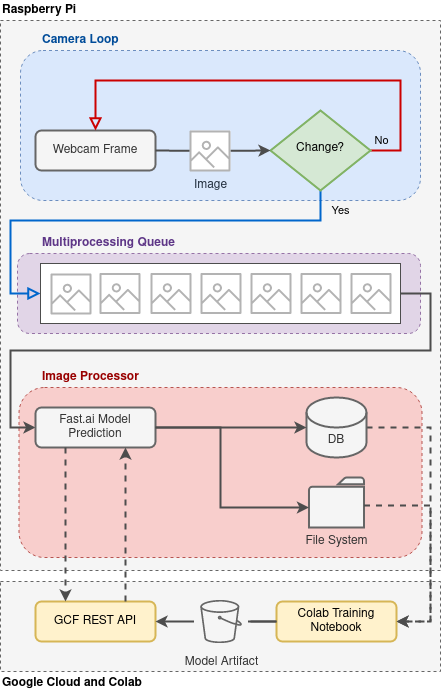
Before: imgs/readme/birbcam_architecture.png, a diagram exported from draw.io (evjrob/birbcam). Source tidied: cells renumbered, new cells last; positions are measured from the earlier drawing's top-left corner, leaving out a move shared by most shapes.
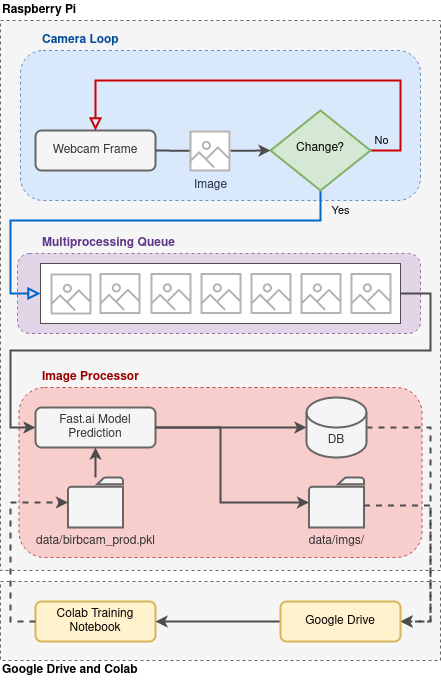
The same diagram one commit later.

Commit message:
Update README to reflect recent changes and make it easier for others to start using the Birb Cam

Change to the diagram source:
```diff
@@ -3,7 +3,7 @@
     <mxCell id="0" />
     <mxCell id="1" parent="0" />
     <mxCell id="2" style="rounded=0;whiteSpace=wrap;html=1;strokeColor=#666666;dashed=1;fontColor=#333333;fillColor=#f5f5f5;" parent="1" vertex="1">
-      <mxGeometry y="581" width="440" height="90" as="geometry" />
+      <mxGeometry y="581" width="440" height="79" as="geometry" />
     </mxCell>
     <mxCell id="3" style="rounded=0;whiteSpace=wrap;html=1;strokeColor=#666666;dashed=1;fontColor=#333333;fillColor=#f5f5f5;" parent="1" vertex="1">
       <mxGeometry y="20" width="440" height="550" as="geometry" />
@@ -69,22 +69,13 @@
         </Array>
       </mxGeometry>
     </mxCell>
-    <mxCell id="18" value="GCF REST API" style="rounded=1;whiteSpace=wrap;html=1;fontSize=12;glass=0;strokeWidth=2;shadow=0;strokeColor=#d6b656;fillColor=#fff2cc;" parent="1" vertex="1">
-      <mxGeometry x="35" y="601" width="120" height="40" as="geometry" />
-    </mxCell>
     <mxCell id="19" value="Fast.ai Model Prediction" style="rounded=1;whiteSpace=wrap;html=1;fontSize=12;glass=0;strokeWidth=2;shadow=0;strokeColor=#666666;fillColor=#f5f5f5;fontColor=#333333;" parent="1" vertex="1">
       <mxGeometry x="35" y="407" width="120" height="40" as="geometry" />
     </mxCell>
-    <mxCell id="20" style="endArrow=classic;html=1;strokeColor=#4D4D4D;strokeWidth=2;exitX=0.25;exitY=1;exitDx=0;exitDy=0;entryX=0.25;entryY=0;entryDx=0;entryDy=0;dashed=1;" parent="1" edge="1" source="19" target="18">
-      <mxGeometry relative="1" as="geometry" />
-    </mxCell>
-    <mxCell id="21" style="endArrow=classic;html=1;strokeColor=#4D4D4D;strokeWidth=2;exitX=0.75;exitY=0;exitDx=0;exitDy=0;entryX=0.75;entryY=1;entryDx=0;entryDy=0;dashed=1;" parent="1" edge="1" source="18" target="19">
-      <mxGeometry relative="1" as="geometry" />
-    </mxCell>
     <mxCell id="22" style="endArrow=classic;html=1;strokeColor=#4D4D4D;strokeWidth=2;exitX=1;exitY=0.5;exitDx=0;exitDy=0;entryX=0;entryY=0.5;entryDx=0;entryDy=0;entryPerimeter=0;" parent="1" edge="1" source="24" target="24">
       <mxGeometry relative="1" as="geometry" />
     </mxCell>
-    <mxCell id="23" style="edgeStyle=orthogonalEdgeStyle;rounded=0;jettySize=auto;html=1;exitX=1;exitY=0.5;exitDx=0;exitDy=0;exitPerimeter=0;entryX=1;entryY=0.5;entryDx=0;entryDy=0;endArrow=classic;endFill=1;strokeColor=#4D4D4D;strokeWidth=2;dashed=1;" parent="1" edge="1" source="24" target="28">
+    <mxCell id="23" style="edgeStyle=orthogonalEdgeStyle;rounded=0;jettySize=auto;html=1;exitX=1;exitY=0.5;exitDx=0;exitDy=0;exitPerimeter=0;entryX=1;entryY=0.5;entryDx=0;entryDy=0;endArrow=classic;endFill=1;strokeColor=#4D4D4D;strokeWidth=2;dashed=1;" parent="1" edge="1" source="24" target="47">
       <mxGeometry relative="1" as="geometry">
         <Array as="points">
           <mxPoint x="430" y="427" />
@@ -98,21 +89,21 @@
     <mxCell id="25" style="endArrow=classic;html=1;strokeColor=#4D4D4D;strokeWidth=2;exitX=1;exitY=0.5;exitDx=0;exitDy=0;" parent="1" edge="1" source="19" target="24">
       <mxGeometry relative="1" as="geometry" />
     </mxCell>
-    <mxCell id="26" value="&lt;div&gt;File System&lt;/div&gt;&lt;div&gt;&lt;br&gt;&lt;/div&gt;" style="shadow=0;dashed=0;html=1;labelPosition=center;verticalLabelPosition=bottom;verticalAlign=top;outlineConnect=0;align=center;shape=mxgraph.office.concepts.folder;fillColor=#f5f5f5;strokeColor=#666666;fontColor=#333333;strokeWidth=2;" parent="1" vertex="1">
+    <mxCell id="26" value="&lt;div&gt;data/imgs/&lt;/div&gt;&lt;div&gt;&lt;br&gt;&lt;/div&gt;" style="shadow=0;dashed=0;html=1;labelPosition=center;verticalLabelPosition=bottom;verticalAlign=top;outlineConnect=0;align=center;shape=mxgraph.office.concepts.folder;fillColor=#f5f5f5;strokeColor=#666666;fontColor=#333333;strokeWidth=2;" parent="1" vertex="1">
       <mxGeometry x="308.5" y="477" width="55" height="50" as="geometry" />
     </mxCell>
     <mxCell id="27" style="endArrow=classic;html=1;strokeColor=#4D4D4D;strokeWidth=2;exitX=1;exitY=0.5;exitDx=0;exitDy=0;edgeStyle=orthogonalEdgeStyle;rounded=0;" parent="1" edge="1" source="19" target="26">
       <mxGeometry relative="1" as="geometry">
         <Array as="points">
           <mxPoint x="220" y="427" />
-          <mxPoint x="220" y="507" />
+          <mxPoint x="220" y="502" />
         </Array>
       </mxGeometry>
     </mxCell>
     <mxCell id="28" value="Colab Training Notebook" style="rounded=1;whiteSpace=wrap;html=1;fontSize=12;glass=0;strokeWidth=2;shadow=0;strokeColor=#d6b656;fillColor=#fff2cc;" parent="1" vertex="1">
-      <mxGeometry x="276" y="601" width="120" height="40" as="geometry" />
+      <mxGeometry x="35" y="601" width="120" height="40" as="geometry" />
     </mxCell>
-    <mxCell id="29" style="edgeStyle=orthogonalEdgeStyle;rounded=0;jettySize=auto;html=1;entryX=1;entryY=0.5;entryDx=0;entryDy=0;endArrow=classic;endFill=1;strokeColor=#4D4D4D;strokeWidth=2;dashed=1;" parent="1" edge="1" target="28">
+    <mxCell id="29" style="edgeStyle=orthogonalEdgeStyle;rounded=0;jettySize=auto;html=1;endArrow=classic;endFill=1;strokeColor=#4D4D4D;strokeWidth=2;dashed=1;entryX=1;entryY=0.5;entryDx=0;entryDy=0;" parent="1" edge="1" target="47">
       <mxGeometry relative="1" as="geometry">
         <mxPoint x="363.5" y="505" as="sourcePoint" />
         <Array as="points">
@@ -121,20 +112,6 @@
         </Array>
       </mxGeometry>
     </mxCell>
-    <mxCell id="30" style="edgeStyle=orthogonalEdgeStyle;rounded=0;jettySize=auto;html=1;endArrow=classic;endFill=1;strokeColor=#4D4D4D;strokeWidth=2;" parent="1" edge="1" source="32" target="18">
-      <mxGeometry relative="1" as="geometry" />
-    </mxCell>
-    <mxCell id="31" style="edgeStyle=orthogonalEdgeStyle;rounded=0;jettySize=auto;html=1;endArrow=none;endFill=0;strokeColor=#4D4D4D;strokeWidth=2;" parent="1" edge="1" source="32" target="28">
-      <mxGeometry relative="1" as="geometry" />
-    </mxCell>
-    <mxCell id="32" value="Model Artifact" style="outlineConnect=0;fontColor=#333333;strokeColor=#666666;fillColor=#f5f5f5;dashed=0;verticalLabelPosition=bottom;verticalAlign=top;align=center;html=1;fontSize=12;fontStyle=0;shape=mxgraph.aws4.resourceIcon;resIcon=mxgraph.aws4.bucket;" parent="1" vertex="1">
-      <mxGeometry x="193.5" y="594" width="54" height="54" as="geometry" />
-    </mxCell>
-    <mxCell id="33" style="edgeStyle=orthogonalEdgeStyle;rounded=0;jettySize=auto;html=1;endArrow=none;endFill=0;strokeColor=#4D4D4D;strokeWidth=2;exitX=0;exitY=0.5;exitDx=0;exitDy=0;" parent="1" edge="1" source="28">
-      <mxGeometry relative="1" as="geometry">
-        <mxPoint x="250" y="621" as="targetPoint" />
-      </mxGeometry>
-    </mxCell>
     <mxCell id="34" style="fontColor=#232F3E;gradientColor=none;strokeColor=none;dashed=1;verticalLabelPosition=bottom;verticalAlign=top;align=center;html=1;fontSize=12;fontStyle=0;shape=mxgraph.aws4.container_registry_image;fillColor=#B3B3B3;" parent="1" vertex="1">
       <mxGeometry x="50" y="273" width="41" height="41" as="geometry" />
     </mxCell>
@@ -168,8 +145,28 @@
     <mxCell id="44" style="edgeStyle=orthogonalEdgeStyle;rounded=0;orthogonalLoop=1;jettySize=auto;html=1;exitX=0.5;exitY=1;exitDx=0;exitDy=0;" parent="1" edge="1" source="2" target="2">
       <mxGeometry relative="1" as="geometry" />
     </mxCell>
-    <mxCell id="45" value="&lt;b&gt;Google Cloud and Colab&lt;/b&gt;" style="text;html=1;strokeColor=none;fillColor=none;align=left;verticalAlign=middle;whiteSpace=wrap;rounded=0;dashed=1;" parent="1" vertex="1">
-      <mxGeometry y="673" width="150" height="20" as="geometry" />
+    <mxCell id="45" value="&lt;b&gt;Google Drive and Colab&lt;/b&gt;" style="text;html=1;strokeColor=none;fillColor=none;align=left;verticalAlign=middle;whiteSpace=wrap;rounded=0;dashed=1;" parent="1" vertex="1">
+      <mxGeometry y="660" width="150" height="20" as="geometry" />
     </mxCell>
+    <mxCell id="46" style="edgeStyle=orthogonalEdgeStyle;rounded=0;jettySize=auto;html=1;exitX=0;exitY=0.5;exitDx=0;exitDy=0;entryX=1;entryY=0.5;entryDx=0;entryDy=0;endArrow=classic;endFill=1;strokeWidth=2;strokeColor=#4D4D4D;" parent="1" edge="1" source="47" target="28">
+      <mxGeometry relative="1" as="geometry" />
+    </mxCell>
+    <mxCell id="47" value="&lt;div&gt;Google Drive&lt;/div&gt;" style="rounded=1;whiteSpace=wrap;html=1;fontSize=12;glass=0;strokeWidth=2;shadow=0;strokeColor=#d6b656;fillColor=#fff2cc;" parent="1" vertex="1">
+      <mxGeometry x="280" y="601" width="120" height="40" as="geometry" />
+    </mxCell>
+    <mxCell id="48" value="&lt;div&gt;data/birbcam_prod.pkl&lt;/div&gt;&lt;div&gt;&lt;br&gt;&lt;/div&gt;&lt;div&gt;&lt;br&gt;&lt;/div&gt;" style="shadow=0;dashed=0;html=1;labelPosition=center;verticalLabelPosition=bottom;verticalAlign=top;outlineConnect=0;align=center;shape=mxgraph.office.concepts.folder;fillColor=#f5f5f5;strokeColor=#666666;fontColor=#333333;strokeWidth=2;" parent="1" vertex="1">
+      <mxGeometry x="67.5" y="477" width="55" height="50" as="geometry" />
+    </mxCell>
+    <mxCell id="49" style="endArrow=classic;html=1;strokeWidth=2;entryX=0.5;entryY=1;entryDx=0;entryDy=0;strokeColor=#4D4D4D;" parent="1" edge="1" source="48" target="19">
+      <mxGeometry relative="1" as="geometry" />
+    </mxCell>
+    <mxCell id="50" style="endArrow=classic;html=1;strokeWidth=2;exitX=0;exitY=0.5;exitDx=0;exitDy=0;targetPerimeterSpacing=0;dashed=1;edgeStyle=orthogonalEdgeStyle;rounded=0;strokeColor=#4D4D4D;" parent="1" edge="1" source="28" target="48">
+      <mxGeometry relative="1" as="geometry">
+        <Array as="points">
+          <mxPoint x="10" y="621" />
+          <mxPoint x="10" y="502" />
+        </Array>
+      </mxGeometry>
+    </mxCell>
   </root>
 </mxGraphModel>
```
